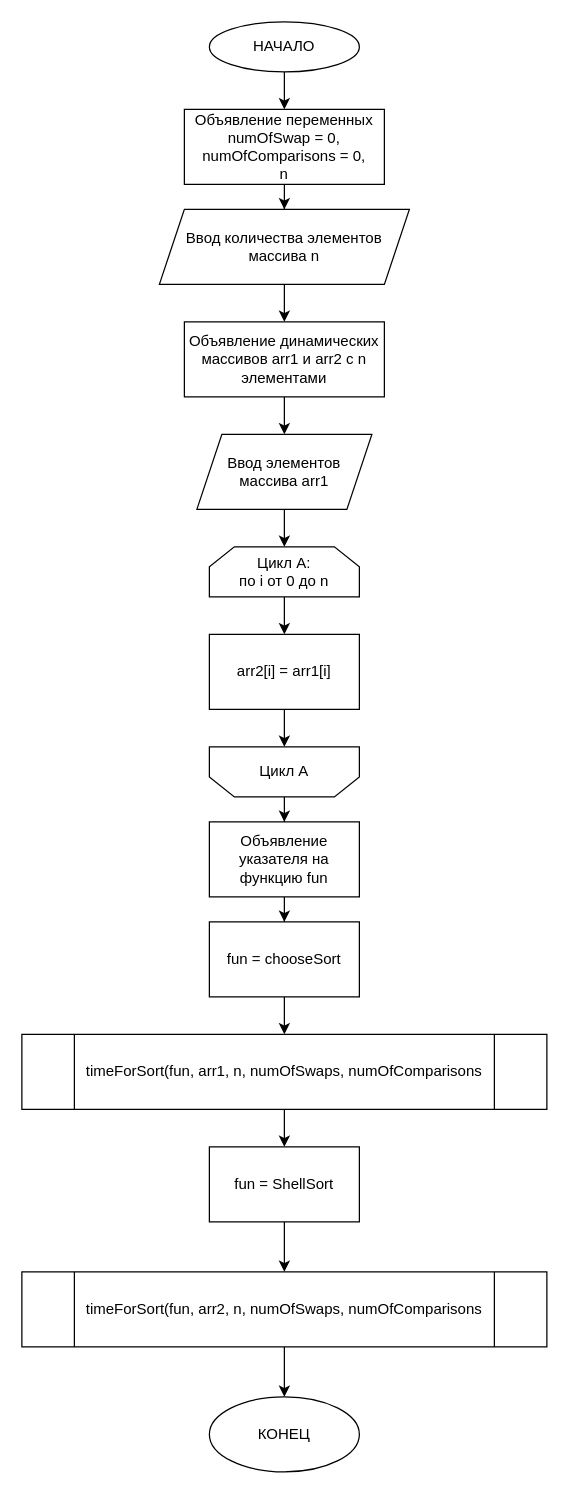
Above: lr_ladidie_3.3/lr_ladidie_3.3/text/main.drawio in eldarbr/silver-funicular (draw.io), before the change. Source tidied: cells renumbered, new cells numbered last; positions are measured from the earlier drawing's top-left corner, leaving out a move shared by most shapes. Both pictures are drawn from the tidied source at 125%, with x=0, y=0 at pixel (21, 21).
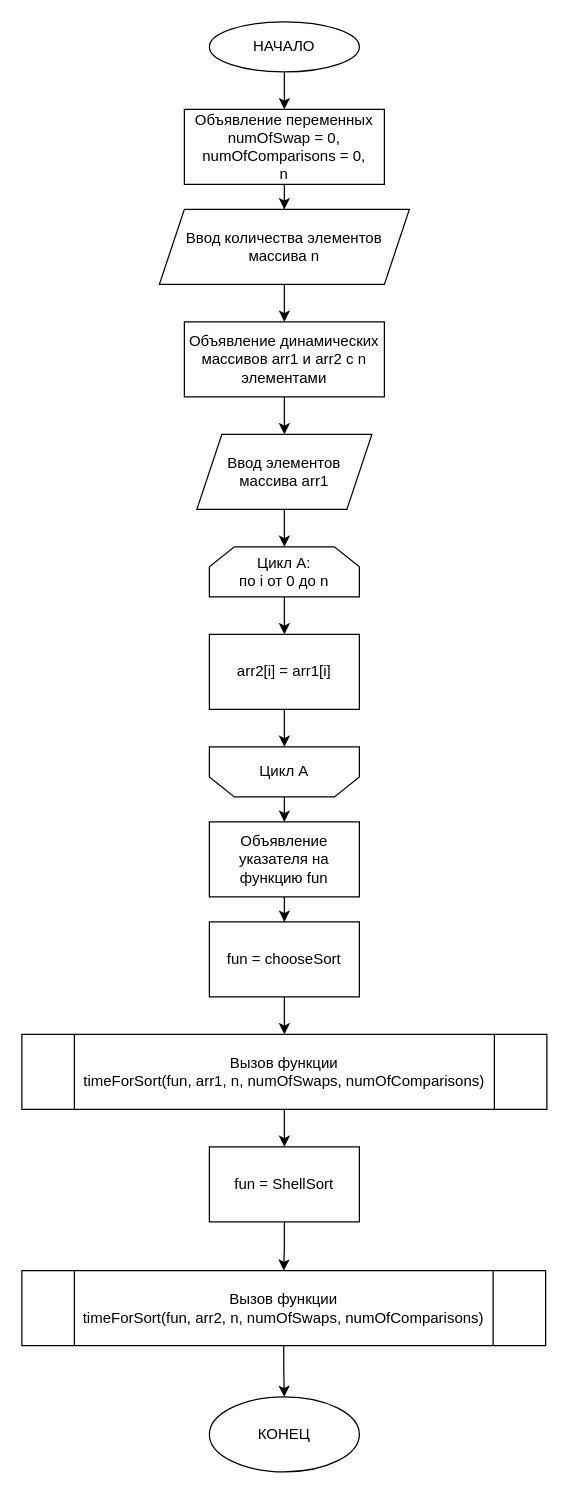
The same page after the edit.

Diff of the diagram source:
```diff
@@
-    <mxCell id="23" value="timeForSort(fun, arr1, n, numOfSwaps, numOfComparisons" style="shape=process;whiteSpace=wrap;html=1;backgroundOutline=1;" parent="1" vertex="1">
+    <mxCell id="23" value="Вызов функции&lt;br&gt;timeForSort(fun, arr1, n, numOfSwaps, numOfComparisons)" style="shape=process;whiteSpace=wrap;html=1;backgroundOutline=1;" parent="1" vertex="1">
       <mxGeometry y="810" width="420" height="60" as="geometry" />
     </mxCell>
@@
-    <mxCell id="27" value="timeForSort(fun, arr2, n, numOfSwaps, numOfComparisons" style="shape=process;whiteSpace=wrap;html=1;backgroundOutline=1;" parent="1" vertex="1">
-      <mxGeometry y="1000" width="420" height="60" as="geometry" />
+    <mxCell id="27" value="Вызов функции&lt;br&gt;timeForSort(fun, arr2, n, numOfSwaps, numOfComparisons)" style="shape=process;whiteSpace=wrap;html=1;backgroundOutline=1;" parent="1" vertex="1">
+      <mxGeometry y="999" width="419" height="60" as="geometry" />
     </mxCell>
```
